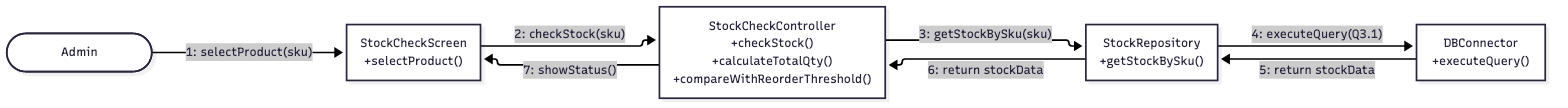
xbpkdi/321-sa-proj keeps this Mermaid diagram as 03-chapter2-use-case-descriptions/diagrams/png/3S-collaboration.png. Above is the earlier version. Its source is kept beside it as 03-chapter2-use-case-descriptions/diagrams/mmd/3S-collaboration.mmd.
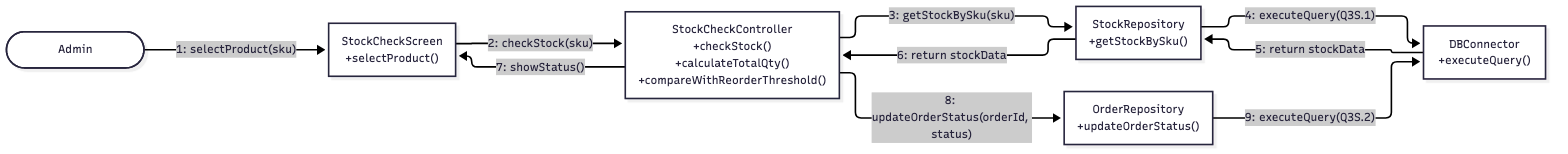
After the change.

The edit, as a diff of the source:
```diff
@@ -4,12 +4,15 @@
     Screen["StockCheckScreen<br/>+selectProduct()"]
     SCC["StockCheckController<br/>+checkStock()<br/>+calculateTotalQty()<br/>+compareWithReorderThreshold()"]
     StockRepo["StockRepository<br/>+getStockBySku()"]
+    OrderRepo["OrderRepository<br/>+updateOrderStatus()"]
     DB["DBConnector<br/>+executeQuery()"]
 
     Admin -->|"1: selectProduct(sku)"| Screen
     Screen -->|"2: checkStock(sku)"| SCC
     SCC -->|"3: getStockBySku(sku)"| StockRepo
-    StockRepo -->|"4: executeQuery(Q3.1)"| DB
+    StockRepo -->|"4: executeQuery(Q3S.1)"| DB
     DB -->|"5: return stockData"| StockRepo
     StockRepo -->|"6: return stockData"| SCC
     SCC -->|"7: showStatus()"| Screen
+    SCC -->|"8: updateOrderStatus(orderId, status)"| OrderRepo
+    OrderRepo -->|"9: executeQuery(Q3S.2)"| DB
```
